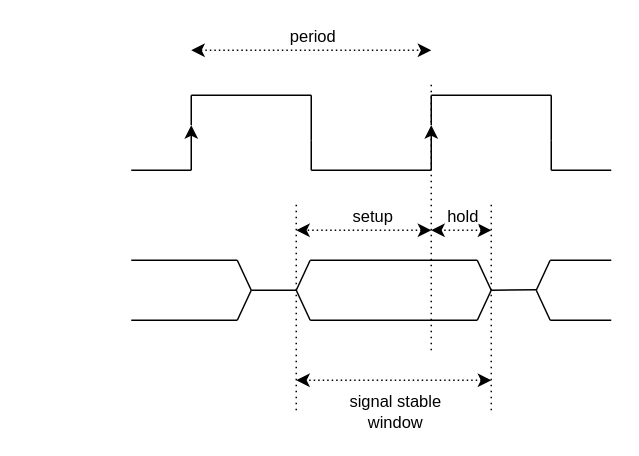
Earlier version of the draw.io diagram page "setup_hold" (17 of 20) of assets/io_timings/io_timings.drawio (tomverbeure/tomverbeure.github.io). Source tidied: cells renumbered, new cells numbered last; positions are measured from the earlier drawing's top-left corner, leaving out a move shared by most shapes. Both pictures are drawn from the tidied source at 150%, with x=0, y=0 at pixel (130, 50).
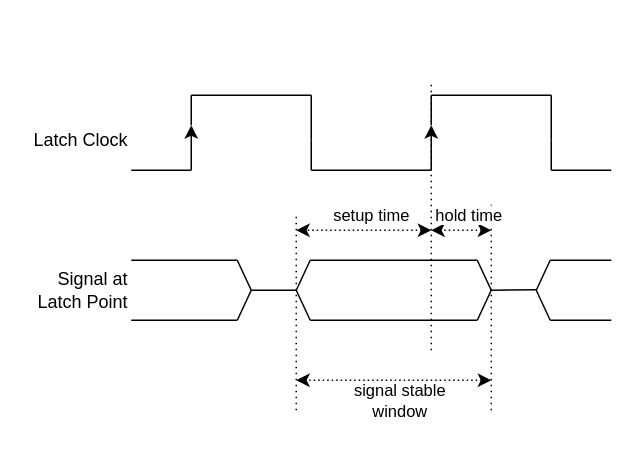
After the change.

The change refers to these unchanged cells:
```xml
<mxCell id="28" style="endArrow=classic;html=1;strokeWidth=1;startArrow=classic;startFill=1;dashed=1;dashPattern=1 2;" parent="1" edge="1">
  <mxGeometry relative="1" as="geometry">
    <mxPoint x="200" y="120" as="sourcePoint" />
    <mxPoint x="110" y="120" as="targetPoint" />
  </mxGeometry>
</mxCell>
<mxCell id="30" style="endArrow=classic;html=1;strokeWidth=1;startArrow=classic;startFill=1;dashed=1;dashPattern=1 2;" parent="1" edge="1">
  <mxGeometry relative="1" as="geometry">
    <mxPoint x="240" y="120" as="sourcePoint" />
    <mxPoint x="200" y="120" as="targetPoint" />
  </mxGeometry>
</mxCell>
<mxCell id="45" style="endArrow=classic;html=1;strokeWidth=1;startArrow=classic;startFill=1;dashed=1;dashPattern=1 2;" parent="1" edge="1">
  <mxGeometry relative="1" as="geometry">
    <mxPoint x="240" y="220" as="sourcePoint" />
    <mxPoint x="110" y="220" as="targetPoint" />
  </mxGeometry>
</mxCell>
```

Change to the diagram source:
```diff
@@
-    <mxCell id="5" style="endArrow=classic;startArrow=classic;html=1;dashed=1;dashPattern=1 2;" parent="1" edge="1">
-      <mxGeometry relative="1" as="geometry">
-        <mxPoint x="40" as="sourcePoint" />
-        <mxPoint x="200" as="targetPoint" />
-      </mxGeometry>
-    </mxCell>
-    <mxCell id="6" value="period" style="edgeLabel;html=1;align=center;verticalAlign=middle;" parent="5" vertex="1">
-      <mxGeometry x="0.01" y="3" relative="1" as="geometry">
-        <mxPoint x="-0.7" y="-7" as="offset" />
-      </mxGeometry>
-    </mxCell>
@@
-    <mxCell id="29" value="setup" style="edgeLabel;html=1;align=center;verticalAlign=middle;" parent="28" vertex="1">
-      <mxGeometry x="0.16" relative="1" as="geometry">
-        <mxPoint x="12.4" y="-10" as="offset" />
-      </mxGeometry>
-    </mxCell>
+    <mxCell id="47" value="setup time" style="edgeLabel;html=1;align=center;verticalAlign=middle;fontColor=#000000;" parent="28" vertex="1">
+      <mxGeometry x="-0.09" relative="1" as="geometry">
+        <mxPoint y="-11" as="offset" />
+      </mxGeometry>
+    </mxCell>
@@
-    <mxCell id="31" value="hold" style="edgeLabel;html=1;align=center;verticalAlign=middle;" parent="30" vertex="1">
+    <mxCell id="31" value="hold time" style="edgeLabel;html=1;align=center;verticalAlign=middle;" parent="30" vertex="1">
       <mxGeometry x="0.16" relative="1" as="geometry">
-        <mxPoint x="3.3" y="-10" as="offset" />
+        <mxPoint x="7" y="-11" as="offset" />
       </mxGeometry>
     </mxCell>
     <mxCell id="32" style="endArrow=none;dashed=1;html=1;dashPattern=1 3;strokeWidth=1;" parent="1" edge="1">
       <mxGeometry relative="1" as="geometry">
         <mxPoint x="110" y="240" as="sourcePoint" />
-        <mxPoint x="110" y="100" as="targetPoint" />
+        <mxPoint x="110" y="110" as="targetPoint" />
       </mxGeometry>
     </mxCell>
@@
     <mxCell id="46" value="signal stable&lt;br&gt;window" style="edgeLabel;html=1;align=center;verticalAlign=middle;horizontal=1;" parent="45" vertex="1">
       <mxGeometry x="0.16" relative="1" as="geometry">
-        <mxPoint x="10.4" y="20" as="offset" />
+        <mxPoint x="13" y="13" as="offset" />
       </mxGeometry>
     </mxCell>
+    <mxCell id="48" value="Latch Clock" style="text;html=1;strokeColor=none;fillColor=none;align=right;verticalAlign=middle;whiteSpace=wrap;rounded=0;" parent="1" vertex="1">
+      <mxGeometry x="-70" y="50" width="70" height="20" as="geometry" />
+    </mxCell>
+    <mxCell id="49" value="Signal at Latch Point" style="text;html=1;strokeColor=none;fillColor=none;align=right;verticalAlign=middle;whiteSpace=wrap;rounded=0;" parent="1" vertex="1">
+      <mxGeometry x="-70" y="150" width="70" height="20" as="geometry" />
+    </mxCell>
```
